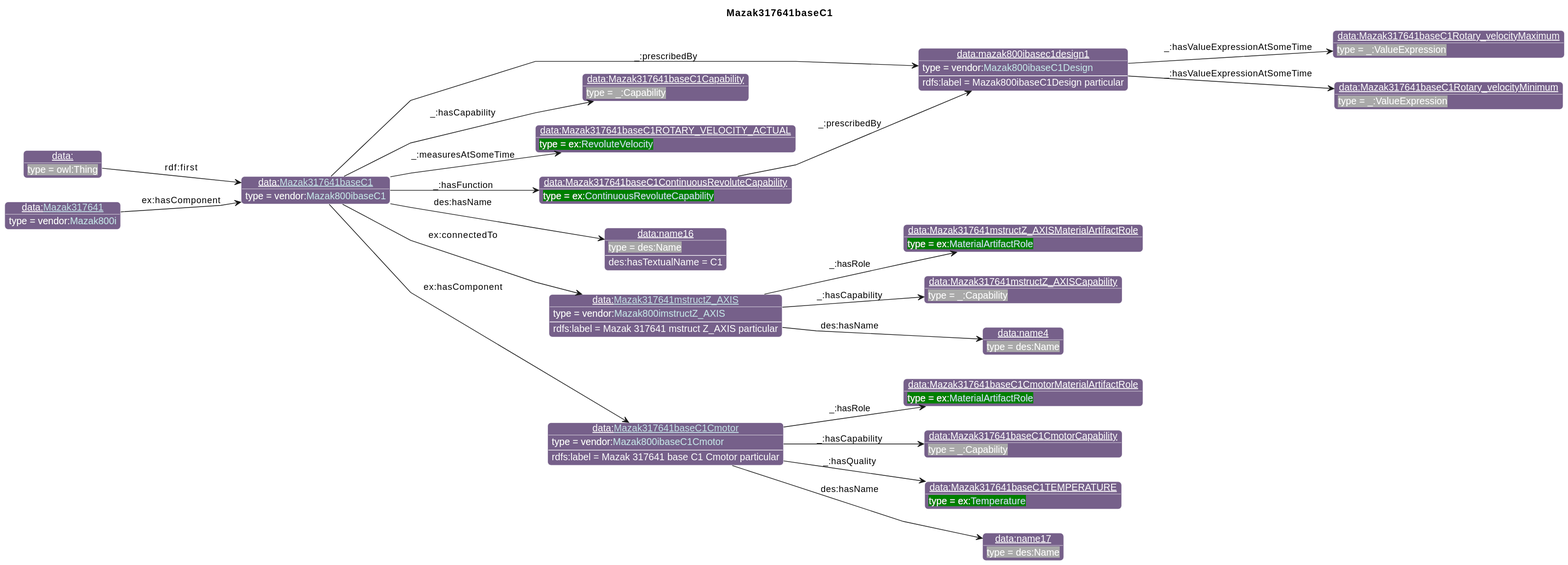
This is diagrams/Mazak317641baseC1.svg from iofoundry/example-syseng-mtconnect, a PlantUML export, as it was before one commit.
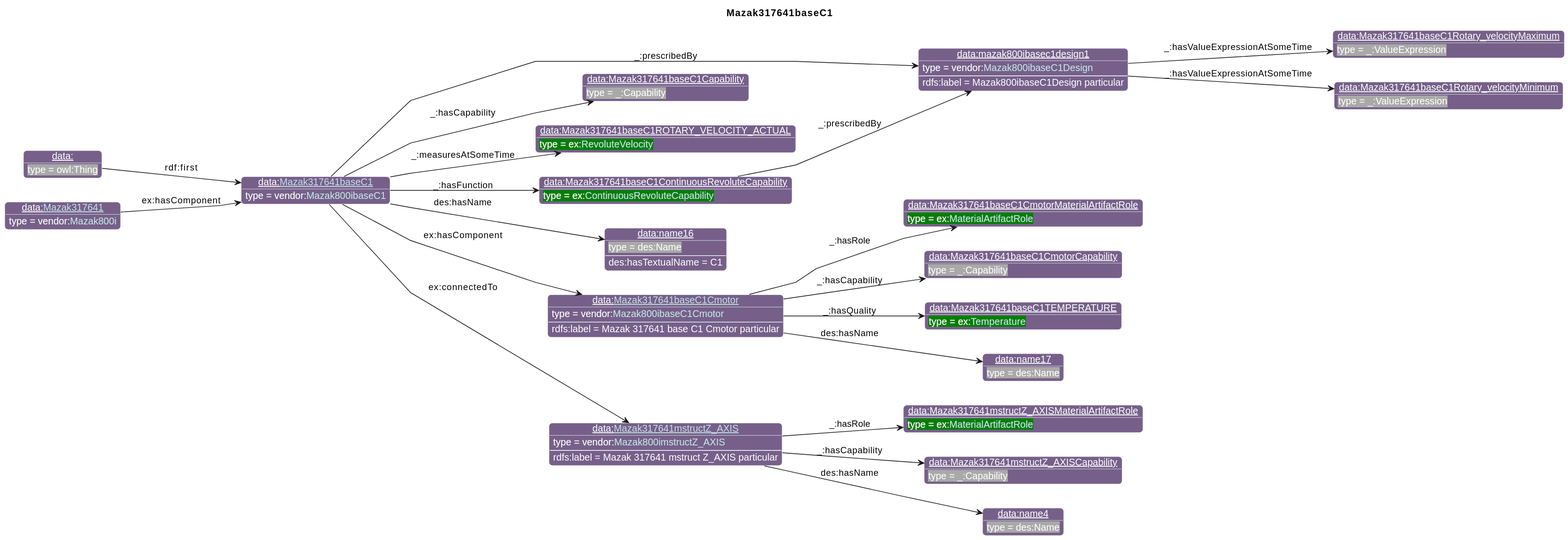
After the change.

Change to the diagram source:
```diff
@@ -33,15 +33,15 @@
 individual(o5, data:Mazak317641baseC1ROTARY_VELOCITY_ACTUAL, ex:[[../Example.html#RevoluteVelocity RevoluteVelocity]])
 individual(o6, data:Mazak317641baseC1ContinuousRevoluteCapability, ex:[[../Example.html#ContinuousRevoluteCapability ContinuousRevoluteCapability]])
 individual(o7, data:name16, des:Name)
-individual(o8, data:[[./Mazak317641mstructZ_AXIS.html Mazak317641mstructZ_AXIS]], vendor:[[../Mazak.html#Mazak800imstructZ_AXIS Mazak800imstructZ_AXIS]])
-individual(o9, data:Mazak317641mstructZ_AXISMaterialArtifactRole, ex:[[../Example.html#MaterialArtifactRole MaterialArtifactRole]])
-individual(o10, data:Mazak317641mstructZ_AXISCapability, _:Capability)
-individual(o11, data:name4, des:Name)
-individual(o12, data:[[./Mazak317641baseC1Cmotor.html Mazak317641baseC1Cmotor]], vendor:[[../Mazak.html#Mazak800ibaseC1Cmotor Mazak800ibaseC1Cmotor]])
-individual(o13, data:Mazak317641baseC1CmotorMaterialArtifactRole, ex:[[../Example.html#MaterialArtifactRole MaterialArtifactRole]])
-individual(o14, data:Mazak317641baseC1CmotorCapability, _:Capability)
-individual(o15, data:Mazak317641baseC1TEMPERATURE, ex:[[../Example.html#Temperature Temperature]])
-individual(o16, data:name17, des:Name)
+individual(o8, data:[[./Mazak317641baseC1Cmotor.html Mazak317641baseC1Cmotor]], vendor:[[../Mazak.html#Mazak800ibaseC1Cmotor Mazak800ibaseC1Cmotor]])
+individual(o9, data:Mazak317641baseC1CmotorMaterialArtifactRole, ex:[[../Example.html#MaterialArtifactRole MaterialArtifactRole]])
+individual(o10, data:Mazak317641baseC1CmotorCapability, _:Capability)
+individual(o11, data:Mazak317641baseC1TEMPERATURE, ex:[[../Example.html#Temperature Temperature]])
+individual(o12, data:name17, des:Name)
+individual(o13, data:[[./Mazak317641mstructZ_AXIS.html Mazak317641mstructZ_AXIS]], vendor:[[../Mazak.html#Mazak800imstructZ_AXIS Mazak800imstructZ_AXIS]])
+individual(o14, data:Mazak317641mstructZ_AXISMaterialArtifactRole, ex:[[../Example.html#MaterialArtifactRole MaterialArtifactRole]])
+individual(o15, data:Mazak317641mstructZ_AXISCapability, _:Capability)
+individual(o16, data:name4, des:Name)
 individual(o17, data:, owl:Thing)
 individual(o18, data:[[./Mazak317641.html Mazak317641]], vendor:[[../Mazak.html#Mazak800i Mazak800i]])
 property(o0, "_:prescribedBy", o1)
@@ -54,17 +54,17 @@
 property(o6, "_:prescribedBy", o1)
 property(o0, "des:hasName", o7)
 data(o7, "des:hasTextualName", "C1")
-property(o0, "ex:connectedTo", o8)
-data(o8, "rdfs:label", "Mazak 317641 mstruct Z_AXIS particular")
+property(o0, "ex:hasComponent", o8)
+data(o8, "rdfs:label", "Mazak 317641 base C1 Cmotor particular")
 property(o8, "_:hasRole", o9)
 property(o8, "_:hasCapability", o10)
-property(o8, "des:hasName", o11)
-property(o0, "ex:hasComponent", o12)
-data(o12, "rdfs:label", "Mazak 317641 base C1 Cmotor particular")
-property(o12, "_:hasRole", o13)
-property(o12, "_:hasCapability", o14)
-property(o12, "_:hasQuality", o15)
-property(o12, "des:hasName", o16)
+property(o8, "_:hasQuality", o11)
+property(o8, "des:hasName", o12)
+property(o0, "ex:connectedTo", o13)
+data(o13, "rdfs:label", "Mazak 317641 mstruct Z_AXIS particular")
+property(o13, "_:hasRole", o14)
+property(o13, "_:hasCapability", o15)
+property(o13, "des:hasName", o16)
 property(o17, "rdf:first", o0)
 property(o18, "ex:hasComponent", o0)
 @enduml
```
